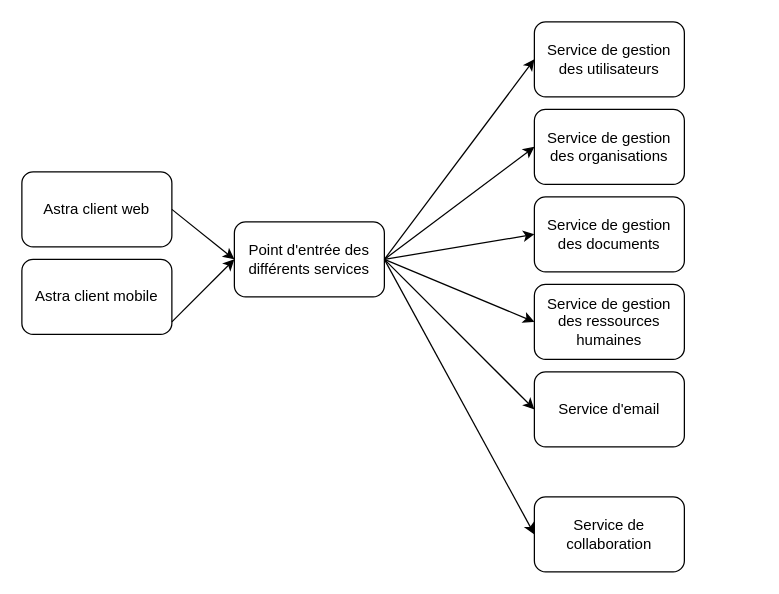
cjour/audit_logistics keeps this draw.io diagram as BusinnesArchitectureBaseline.drawio. Above is the earlier version. Source tidied: cells renumbered, new cells numbered last; positions are measured from the earlier drawing's top-left corner, leaving out a move shared by most shapes. Both pictures are drawn from the tidied source at 125%, with x=0, y=0 at pixel (21, 21).
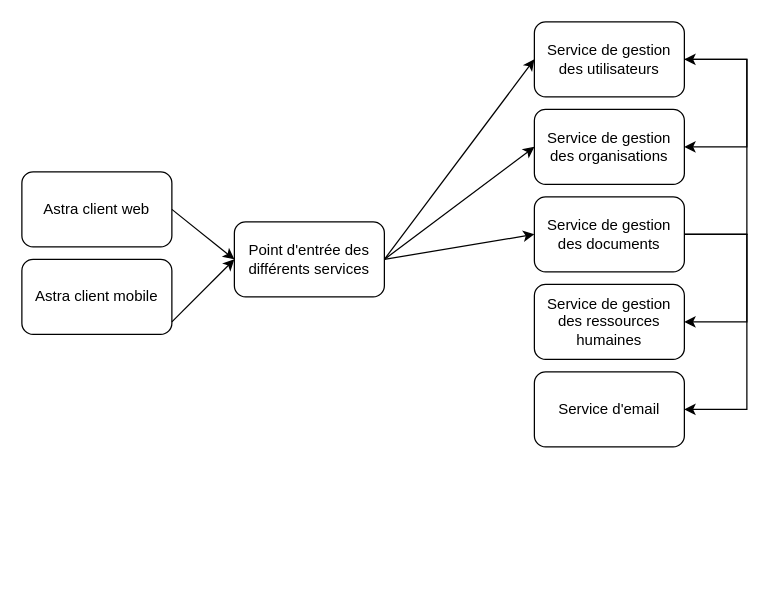
The same diagram, later.

Unchanged cells that the change refers to:
```xml
<mxCell id="4" value="Point d'entrée des différents services" style="rounded=1;whiteSpace=wrap;html=1;" parent="1" vertex="1">
  <mxGeometry x="170" y="160" width="120" height="60" as="geometry" />
</mxCell>
<mxCell id="5" value="Service de gestion des utilisateurs" style="rounded=1;whiteSpace=wrap;html=1;" parent="1" vertex="1">
  <mxGeometry x="410" width="120" height="60" as="geometry" />
</mxCell>
<mxCell id="6" value="Service de gestion des documents" style="rounded=1;whiteSpace=wrap;html=1;" parent="1" vertex="1">
  <mxGeometry x="410" y="140" width="120" height="60" as="geometry" />
</mxCell>
<mxCell id="7" value="Service de gestion des organisations" style="rounded=1;whiteSpace=wrap;html=1;" parent="1" vertex="1">
  <mxGeometry x="410" y="70" width="120" height="60" as="geometry" />
</mxCell>
<mxCell id="8" value="Service de gestion des ressources humaines" style="rounded=1;whiteSpace=wrap;html=1;" parent="1" vertex="1">
  <mxGeometry x="410" y="210" width="120" height="60" as="geometry" />
</mxCell>
<mxCell id="9" value="Service d'email" style="rounded=1;whiteSpace=wrap;html=1;" parent="1" vertex="1">
  <mxGeometry x="410" y="280" width="120" height="60" as="geometry" />
</mxCell>
```

The edit, as a diff of the source:
```diff
@@
-    <mxCell id="12" style="endArrow=classic;html=1;rounded=0;exitX=1;exitY=0.5;exitDx=0;exitDy=0;entryX=0;entryY=0.5;entryDx=0;entryDy=0;" parent="1" edge="1" source="4" target="9">
-      <mxGeometry relative="1" as="geometry" />
-    </mxCell>
-    <mxCell id="13" style="endArrow=classic;html=1;rounded=0;exitX=1;exitY=0.5;exitDx=0;exitDy=0;entryX=0;entryY=0.5;entryDx=0;entryDy=0;" parent="1" edge="1" source="4" target="8">
-      <mxGeometry relative="1" as="geometry" />
-    </mxCell>
@@
-    <mxCell id="17" value="Service de collaboration" style="rounded=1;whiteSpace=wrap;html=1;" parent="1" vertex="1">
-      <mxGeometry x="410" y="380" width="120" height="60" as="geometry" />
-    </mxCell>
-    <mxCell id="18" style="endArrow=classic;html=1;rounded=0;entryX=0;entryY=0.5;entryDx=0;entryDy=0;" parent="1" edge="1" target="17">
-      <mxGeometry relative="1" as="geometry">
-        <mxPoint x="290" y="190" as="sourcePoint" />
-      </mxGeometry>
-    </mxCell>
+    <mxCell id="19" style="endArrow=classic;html=1;rounded=0;exitX=1;exitY=0.5;exitDx=0;exitDy=0;entryX=1;entryY=0.5;entryDx=0;entryDy=0;" parent="1" edge="1" source="5" target="7">
+      <mxGeometry relative="1" as="geometry">
+        <Array as="points">
+          <mxPoint x="580" y="30" />
+          <mxPoint x="580" y="100" />
+        </Array>
+      </mxGeometry>
+    </mxCell>
+    <mxCell id="20" style="endArrow=classic;html=1;rounded=0;exitX=1;exitY=0.5;exitDx=0;exitDy=0;entryX=1;entryY=0.5;entryDx=0;entryDy=0;" parent="1" edge="1" source="6" target="5">
+      <mxGeometry relative="1" as="geometry">
+        <Array as="points">
+          <mxPoint x="580" y="170" />
+          <mxPoint x="580" y="30" />
+        </Array>
+      </mxGeometry>
+    </mxCell>
+    <mxCell id="21" style="endArrow=classic;html=1;rounded=0;exitX=1;exitY=0.5;exitDx=0;exitDy=0;entryX=1;entryY=0.5;entryDx=0;entryDy=0;" parent="1" edge="1" source="6" target="8">
+      <mxGeometry relative="1" as="geometry">
+        <Array as="points">
+          <mxPoint x="580" y="170" />
+          <mxPoint x="580" y="240" />
+        </Array>
+      </mxGeometry>
+    </mxCell>
+    <mxCell id="22" style="endArrow=classic;html=1;rounded=0;entryX=1;entryY=0.5;entryDx=0;entryDy=0;exitX=1;exitY=0.5;exitDx=0;exitDy=0;" parent="1" edge="1" source="6" target="9">
+      <mxGeometry relative="1" as="geometry">
+        <Array as="points">
+          <mxPoint x="580" y="170" />
+          <mxPoint x="580" y="310" />
+        </Array>
+      </mxGeometry>
+    </mxCell>
```
